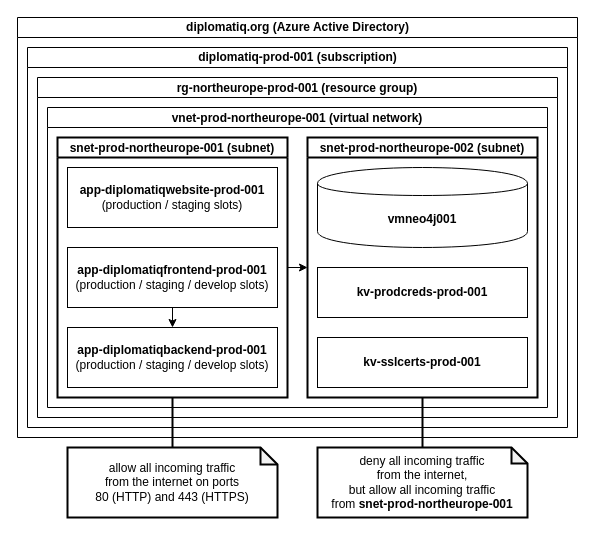
Above: src/figures/infrastructure.drawio in luczsoma/msc-thesis (draw.io), before the change. Source tidied: cells renumbered, new cells numbered last; positions are measured from the earlier drawing's top-left corner, leaving out a move shared by most shapes. Both pictures are drawn from the tidied source at 100%, with x=0, y=0 at pixel (17, 17).
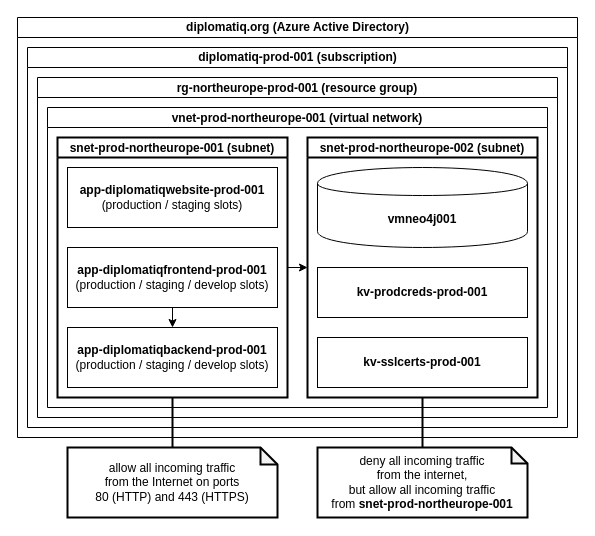
The same diagram, later.

The edit, as a diff of the source:
```diff
@@
 <mxGraphModel>
   <root>
     <mxCell id="0" />
     <mxCell id="1" parent="0" />
     <mxCell id="2" value="diplomatiq.org (Azure Active Directory)" style="swimlane;html=1;startSize=20;horizontal=1;containerType=tree;" parent="1" vertex="1">
       <mxGeometry width="560" height="420" as="geometry" />
     </mxCell>
     <mxCell id="3" value="diplomatiq-prod-001 (subscription)" style="swimlane;html=1;startSize=20;horizontal=1;containerType=tree;" parent="2" vertex="1">
       <mxGeometry x="10" y="30" width="540" height="380" as="geometry" />
     </mxCell>
     <mxCell id="4" value="rg-northeurope-prod-001 (resource group)" style="swimlane;fontStyle=1;startSize=20;" parent="3" vertex="1">
       <mxGeometry x="10" y="30" width="520" height="340" as="geometry" />
     </mxCell>
     <mxCell id="5" value="vnet-prod-northeurope-001 (virtual network)" style="swimlane;startSize=20;" parent="4" vertex="1">
       <mxGeometry x="10" y="30" width="500" height="300" as="geometry" />
     </mxCell>
     <mxCell id="6" style="edgeStyle=orthogonalEdgeStyle;rounded=0;jettySize=auto;html=1;exitX=1;exitY=0.5;exitDx=0;exitDy=0;entryX=0;entryY=0.5;entryDx=0;entryDy=0;endArrow=classic;endFill=1;strokeWidth=1;" parent="5" edge="1" source="7" target="12">
       <mxGeometry relative="1" as="geometry" />
     </mxCell>
     <mxCell id="7" value="snet-prod-northeurope-001 (subnet)" style="swimlane;startSize=20;strokeWidth=2;" parent="5" vertex="1">
       <mxGeometry x="10" y="30" width="230" height="260" as="geometry" />
     </mxCell>
     <mxCell id="8" value="&lt;b&gt;app-diplomatiqbackend-prod-001&lt;/b&gt;&lt;br&gt;(production / staging / develop slots)" style="rounded=0;whiteSpace=wrap;html=1;" parent="7" vertex="1">
       <mxGeometry x="10" y="190" width="210" height="60" as="geometry" />
     </mxCell>
     <mxCell id="9" value="&lt;b&gt;app-diplomatiqwebsite-prod-001&lt;/b&gt;&lt;br&gt;(production / staging slots)" style="rounded=0;whiteSpace=wrap;html=1;" parent="7" vertex="1">
       <mxGeometry x="10" y="30" width="210" height="60" as="geometry" />
     </mxCell>
     <mxCell id="10" style="edgeStyle=orthogonalEdgeStyle;rounded=0;jettySize=auto;html=1;exitX=0.5;exitY=1;exitDx=0;exitDy=0;entryX=0.5;entryY=0;entryDx=0;entryDy=0;strokeWidth=1;" parent="7" edge="1" source="11" target="8">
       <mxGeometry relative="1" as="geometry" />
     </mxCell>
     <mxCell id="11" value="&lt;b&gt;app-diplomatiqfrontend-prod-001&lt;/b&gt;&lt;br&gt;(production / staging / develop slots)" style="rounded=0;whiteSpace=wrap;html=1;" parent="7" vertex="1">
       <mxGeometry x="10" y="110" width="210" height="60" as="geometry" />
     </mxCell>
     <mxCell id="12" value="snet-prod-northeurope-002 (subnet)" style="swimlane;startSize=20;strokeWidth=2;" parent="5" vertex="1">
       <mxGeometry x="260" y="30" width="230" height="260" as="geometry" />
     </mxCell>
     <mxCell id="13" value="&lt;b&gt;vmneo4j001&lt;/b&gt;" style="shape=cylinder;whiteSpace=wrap;html=1;boundedLbl=1;backgroundOutline=1;" parent="12" vertex="1">
       <mxGeometry x="10" y="30" width="210" height="80" as="geometry" />
     </mxCell>
     <mxCell id="14" value="&lt;b&gt;kv-prodcreds-prod-001&lt;/b&gt;" style="rounded=0;whiteSpace=wrap;html=1;" parent="12" vertex="1">
       <mxGeometry x="10" y="130" width="210" height="50" as="geometry" />
     </mxCell>
     <mxCell id="15" value="&lt;b&gt;kv-sslcerts-prod-001&lt;/b&gt;" style="rounded=0;whiteSpace=wrap;html=1;" parent="12" vertex="1">
       <mxGeometry x="10" y="200" width="210" height="50" as="geometry" />
     </mxCell>
     <mxCell id="16" style="edgeStyle=orthogonalEdgeStyle;rounded=0;jettySize=auto;html=1;exitX=0.5;exitY=0;exitDx=0;exitDy=0;exitPerimeter=0;entryX=0.5;entryY=1;entryDx=0;entryDy=0;endArrow=none;endFill=0;strokeWidth=2;" parent="1" edge="1" source="17" target="7">
       <mxGeometry relative="1" as="geometry" />
     </mxCell>
-    <mxCell id="17" value="allow all incoming traffic&lt;br&gt;from the internet on ports&lt;br&gt;80 (HTTP) and 443 (HTTPS)" style="shape=note;whiteSpace=wrap;html=1;backgroundOutline=1;darkOpacity=0.05;size=17;strokeWidth=2;" parent="1" vertex="1">
+    <mxCell id="17" value="allow all incoming traffic&lt;br&gt;from the Internet on ports&lt;br&gt;80 (HTTP) and 443 (HTTPS)" style="shape=note;whiteSpace=wrap;html=1;backgroundOutline=1;darkOpacity=0.05;size=17;strokeWidth=2;" parent="1" vertex="1">
       <mxGeometry x="50" y="430" width="210" height="70" as="geometry" />
     </mxCell>
     <mxCell id="18" style="edgeStyle=orthogonalEdgeStyle;rounded=0;jettySize=auto;html=1;exitX=0.5;exitY=0;exitDx=0;exitDy=0;exitPerimeter=0;entryX=0.5;entryY=1;entryDx=0;entryDy=0;endArrow=none;endFill=0;strokeWidth=2;" parent="1" edge="1" source="19" target="12">
       <mxGeometry relative="1" as="geometry" />
     </mxCell>
     <mxCell id="19" value="deny all incoming traffic&lt;br&gt;from the internet,&lt;br&gt;but allow all incoming traffic&lt;br&gt;from &lt;b&gt;snet-prod-northeurope-001&lt;/b&gt;" style="shape=note;whiteSpace=wrap;html=1;backgroundOutline=1;darkOpacity=0.05;size=16;strokeWidth=2;" parent="1" vertex="1">
       <mxGeometry x="300" y="430" width="210" height="70" as="geometry" />
     </mxCell>
   </root>
 </mxGraphModel>
```
